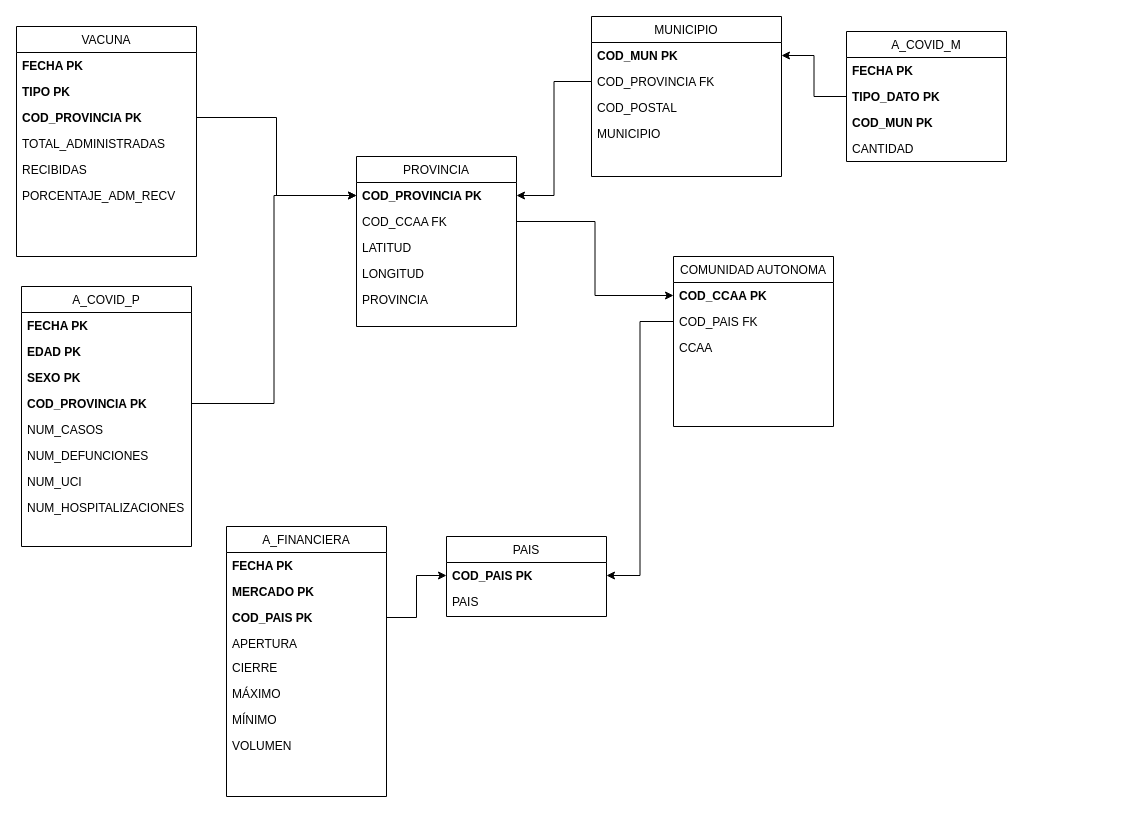
The draw.io diagram page "Modelo relacional Covid" (1 of 6) of Diagramas/Modelo relacional.drawio in jgimfig/TFG, before the edit. Source tidied: cells renumbered, new cells numbered last; positions are measured from the earlier drawing's top-left corner, leaving out a move shared by most shapes. Both pictures are drawn from the tidied source at 100%, with x=0, y=0 at pixel (16, 16).
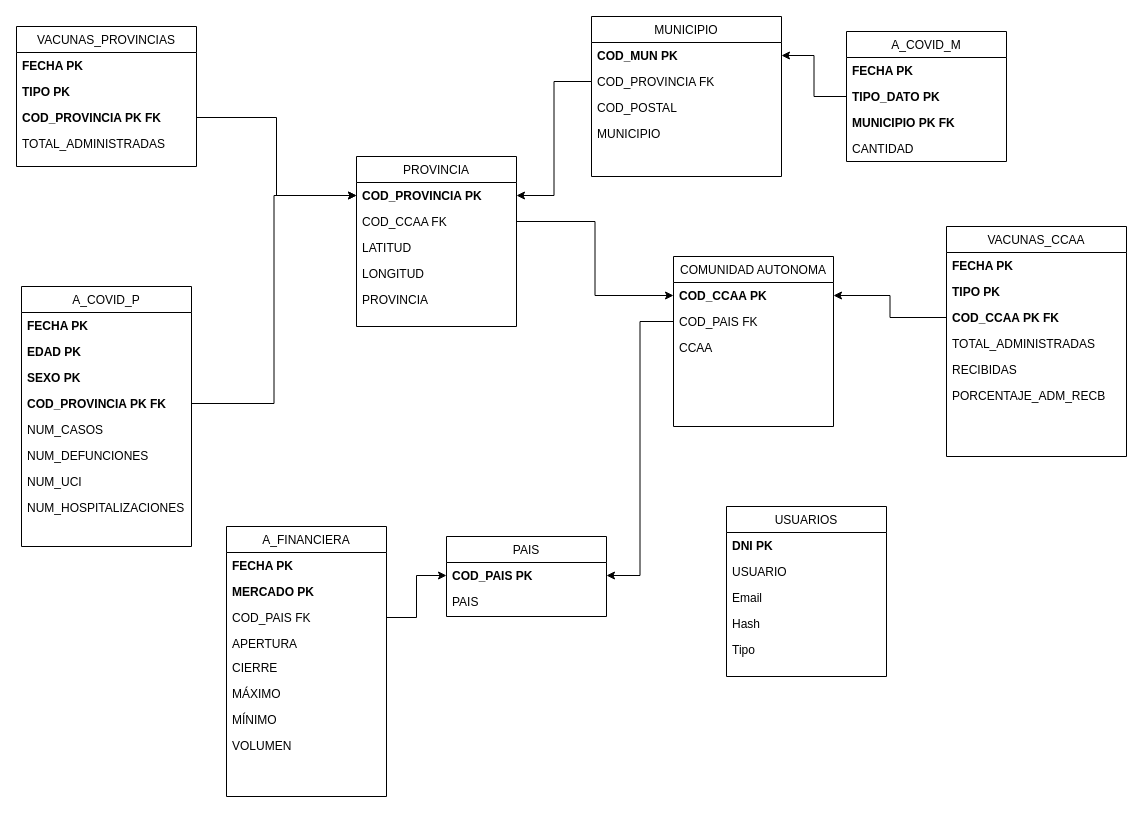
The same diagram, later.

The change refers to these unchanged cells:
```xml
<mxCell id="15" value="A_COVID_P" style="swimlane;fontStyle=0;align=center;verticalAlign=top;horizontal=1;startSize=26;rounded=0;shadow=0;strokeWidth=1;" parent="1" vertex="1">
  <mxGeometry x="5" y="270" width="170" height="260" as="geometry" />
</mxCell>
<mxCell id="32" value="A_COVID_M" style="swimlane;fontStyle=0;align=center;verticalAlign=top;horizontal=1;startSize=26;rounded=0;shadow=0;strokeWidth=1;" parent="1" vertex="1">
  <mxGeometry x="830" y="15" width="160" height="130" as="geometry" />
</mxCell>
<mxCell id="39" value="COD_CCAA PK" style="text;align=left;verticalAlign=top;spacingLeft=4;spacingRight=4;overflow=hidden;points=[[0,0.5],[1,0.5]];portConstraint=eastwest;fontStyle=1;" parent="38" vertex="1">
  <mxGeometry y="26" width="160" height="26" as="geometry" />
</mxCell>
<mxCell id="46" value="A_FINANCIERA" style="swimlane;fontStyle=0;align=center;verticalAlign=top;horizontal=1;startSize=26;rounded=0;shadow=0;strokeWidth=1;" parent="1" vertex="1">
  <mxGeometry x="210" y="510" width="160" height="270" as="geometry" />
</mxCell>
```

Diff of the diagram source:
```diff
@@
-    <mxCell id="2" value="VACUNA" style="swimlane;fontStyle=0;align=center;verticalAlign=top;horizontal=1;startSize=26;rounded=0;shadow=0;strokeWidth=1;" parent="1" vertex="1">
-      <mxGeometry y="10" width="180" height="230" as="geometry" />
+    <mxCell id="2" value="VACUNAS_PROVINCIAS" style="swimlane;fontStyle=0;align=center;verticalAlign=top;horizontal=1;startSize=26;rounded=0;shadow=0;strokeWidth=1;" parent="1" vertex="1">
+      <mxGeometry y="10" width="180" height="140" as="geometry" />
     </mxCell>
@@
-    <mxCell id="5" value="COD_PROVINCIA PK" style="text;align=left;verticalAlign=top;spacingLeft=4;spacingRight=4;overflow=hidden;points=[[0,0.5],[1,0.5]];portConstraint=eastwest;rounded=0;shadow=0;html=0;fontStyle=1;" parent="2" vertex="1">
+    <mxCell id="5" value="COD_PROVINCIA PK FK" style="text;align=left;verticalAlign=top;spacingLeft=4;spacingRight=4;overflow=hidden;points=[[0,0.5],[1,0.5]];portConstraint=eastwest;rounded=0;shadow=0;html=0;fontStyle=1;" parent="2" vertex="1">
       <mxGeometry y="78" width="180" height="26" as="geometry" />
     </mxCell>
@@
-    <mxCell id="7" value="RECIBIDAS" style="text;align=left;verticalAlign=top;spacingLeft=4;spacingRight=4;overflow=hidden;rounded=0;shadow=0;html=0;" parent="2" vertex="1">
-      <mxGeometry y="130" width="180" height="26" as="geometry" />
-    </mxCell>
-    <mxCell id="8" value="PORCENTAJE_ADM_RECV" style="text;align=left;verticalAlign=top;spacingLeft=4;spacingRight=4;overflow=hidden;rounded=0;shadow=0;html=0;" parent="2" vertex="1">
-      <mxGeometry y="156" width="180" height="26" as="geometry" />
-    </mxCell>
@@
-    <mxCell id="19" value="COD_PROVINCIA PK" style="text;align=left;verticalAlign=top;spacingLeft=4;spacingRight=4;overflow=hidden;points=[[0,0.5],[1,0.5]];portConstraint=eastwest;fontStyle=1;" parent="15" vertex="1">
+    <mxCell id="19" value="COD_PROVINCIA PK FK" style="text;align=left;verticalAlign=top;spacingLeft=4;spacingRight=4;overflow=hidden;points=[[0,0.5],[1,0.5]];portConstraint=eastwest;fontStyle=1;" parent="15" vertex="1">
       <mxGeometry y="104" width="170" height="26" as="geometry" />
     </mxCell>
@@
-    <mxCell id="35" value="COD_MUN PK" style="text;align=left;verticalAlign=top;spacingLeft=4;spacingRight=4;overflow=hidden;fontStyle=1;" parent="32" vertex="1">
+    <mxCell id="35" value="MUNICIPIO PK FK" style="text;align=left;verticalAlign=top;spacingLeft=4;spacingRight=4;overflow=hidden;fontStyle=1;" parent="32" vertex="1">
       <mxGeometry y="78" width="160" height="26" as="geometry" />
     </mxCell>
@@
-    <mxCell id="49" value="COD_PAIS PK" style="text;align=left;verticalAlign=top;spacingLeft=4;spacingRight=4;overflow=hidden;points=[[0,0.5],[1,0.5]];portConstraint=eastwest;fontStyle=1;" parent="46" vertex="1">
+    <mxCell id="49" value="COD_PAIS FK" style="text;align=left;verticalAlign=top;spacingLeft=4;spacingRight=4;overflow=hidden;points=[[0,0.5],[1,0.5]];portConstraint=eastwest;fontStyle=0;" parent="46" vertex="1">
       <mxGeometry y="78" width="160" height="26" as="geometry" />
     </mxCell>
@@
+    <mxCell id="57" value="USUARIOS" style="swimlane;fontStyle=0;align=center;verticalAlign=top;horizontal=1;startSize=26;rounded=0;shadow=0;strokeWidth=1;" parent="1" vertex="1">
+      <mxGeometry x="710" y="490" width="160" height="170" as="geometry" />
+    </mxCell>
+    <mxCell id="58" value="DNI PK" style="text;align=left;verticalAlign=top;spacingLeft=4;spacingRight=4;overflow=hidden;fontStyle=1;" parent="57" vertex="1">
+      <mxGeometry y="26" width="160" height="26" as="geometry" />
+    </mxCell>
+    <mxCell id="59" value="USUARIO" style="text;align=left;verticalAlign=top;spacingLeft=4;spacingRight=4;overflow=hidden;fontStyle=0;" parent="57" vertex="1">
+      <mxGeometry y="52" width="160" height="26" as="geometry" />
+    </mxCell>
+    <mxCell id="60" value="Email" style="text;align=left;verticalAlign=top;spacingLeft=4;spacingRight=4;overflow=hidden;" parent="57" vertex="1">
+      <mxGeometry y="78" width="160" height="26" as="geometry" />
+    </mxCell>
+    <mxCell id="61" value="Hash" style="text;align=left;verticalAlign=top;spacingLeft=4;spacingRight=4;overflow=hidden;" parent="57" vertex="1">
+      <mxGeometry y="104" width="160" height="26" as="geometry" />
+    </mxCell>
+    <mxCell id="62" value="Tipo" style="text;align=left;verticalAlign=top;spacingLeft=4;spacingRight=4;overflow=hidden;" parent="57" vertex="1">
+      <mxGeometry y="130" width="160" height="26" as="geometry" />
+    </mxCell>
+    <mxCell id="63" value="VACUNAS_CCAA" style="swimlane;fontStyle=0;align=center;verticalAlign=top;horizontal=1;startSize=26;rounded=0;shadow=0;strokeWidth=1;" parent="1" vertex="1">
+      <mxGeometry x="930" y="210" width="180" height="230" as="geometry" />
+    </mxCell>
+    <mxCell id="64" value="FECHA PK" style="text;align=left;verticalAlign=top;spacingLeft=4;spacingRight=4;overflow=hidden;fontStyle=1;" parent="63" vertex="1">
+      <mxGeometry y="26" width="180" height="26" as="geometry" />
+    </mxCell>
+    <mxCell id="65" value="TIPO PK" style="text;align=left;verticalAlign=top;spacingLeft=4;spacingRight=4;overflow=hidden;rounded=0;shadow=0;html=0;fontStyle=1;" parent="63" vertex="1">
+      <mxGeometry y="52" width="180" height="26" as="geometry" />
+    </mxCell>
+    <mxCell id="66" value="COD_CCAA PK FK" style="text;align=left;verticalAlign=top;spacingLeft=4;spacingRight=4;overflow=hidden;points=[[0,0.5],[1,0.5]];portConstraint=eastwest;rounded=0;shadow=0;html=0;fontStyle=1;" parent="63" vertex="1">
+      <mxGeometry y="78" width="180" height="26" as="geometry" />
+    </mxCell>
+    <mxCell id="67" value="TOTAL_ADMINISTRADAS" style="text;align=left;verticalAlign=top;spacingLeft=4;spacingRight=4;overflow=hidden;rounded=0;shadow=0;html=0;" parent="63" vertex="1">
+      <mxGeometry y="104" width="180" height="26" as="geometry" />
+    </mxCell>
+    <mxCell id="7" value="RECIBIDAS" style="text;align=left;verticalAlign=top;spacingLeft=4;spacingRight=4;overflow=hidden;rounded=0;shadow=0;html=0;" parent="63" vertex="1">
+      <mxGeometry y="130" width="180" height="26" as="geometry" />
+    </mxCell>
+    <mxCell id="68" value="PORCENTAJE_ADM_RECB" style="text;align=left;verticalAlign=top;spacingLeft=4;spacingRight=4;overflow=hidden;rounded=0;shadow=0;html=0;" parent="63" vertex="1">
+      <mxGeometry y="156" width="180" height="26" as="geometry" />
+    </mxCell>
+    <mxCell id="69" style="edgeStyle=orthogonalEdgeStyle;rounded=0;jettySize=auto;html=1;entryX=1;entryY=0.5;entryDx=0;entryDy=0;" parent="1" edge="1" source="66" target="39">
+      <mxGeometry relative="1" as="geometry" />
+    </mxCell>
```
